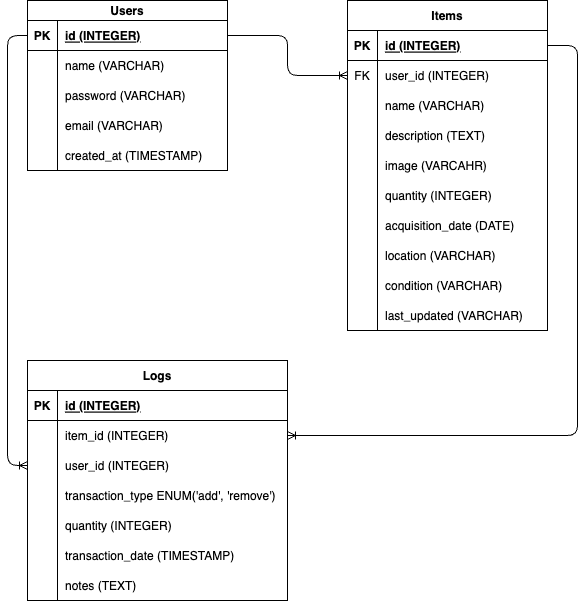
Above: table.drawio.png in HuseinHQ/inventory-app-api (draw.io), before the change. Source tidied: cells renumbered, new cells last; positions are measured from the earlier drawing's top-left corner, leaving out a move shared by most shapes.
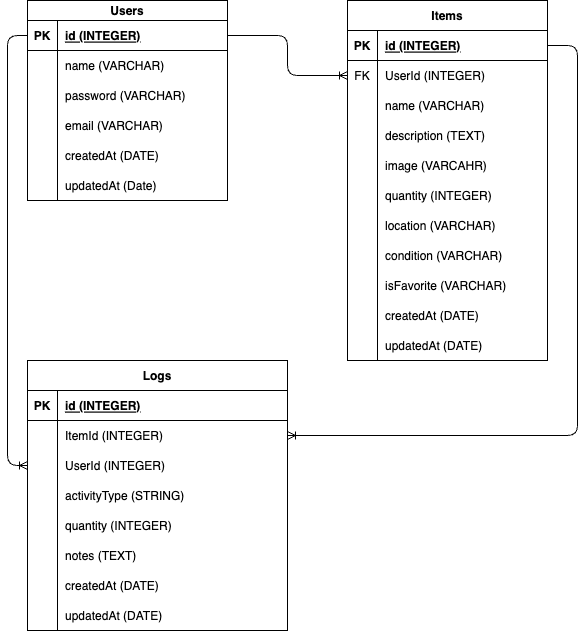
The same diagram one commit later.

Change to the diagram source:
```diff
@@ -3,7 +3,7 @@
     <mxCell id="0" />
     <mxCell id="1" parent="0" />
     <mxCell id="2" value="Users" style="shape=table;startSize=20;rowLines=0;fontStyle=1;align=center;" parent="1" vertex="1">
-      <mxGeometry x="20" width="200" height="170" as="geometry" />
+      <mxGeometry x="20" width="200" height="200" as="geometry" />
     </mxCell>
     <mxCell id="3" style="shape=tableRow;horizontal=0;startSize=0;swimlaneHead=0;swimlaneBody=0;fillColor=none;points=[[0,0.5],[1,0.5]];portConstraint=eastwest;top=0;left=0;right=0;bottom=1;" parent="2" vertex="1">
       <mxGeometry y="20" width="200" height="30" as="geometry" />
@@ -47,11 +47,20 @@
     <mxCell id="16" style="shape=partialRectangle;fillColor=none;top=0;left=0;bottom=0;right=0;overflow=hidden;" parent="15" vertex="1">
       <mxGeometry width="30" height="30" as="geometry" />
     </mxCell>
-    <mxCell id="17" value="created_at (TIMESTAMP)" style="shape=partialRectangle;fillColor=none;top=0;left=0;bottom=0;right=0;align=left;spacingLeft=6;overflow=hidden;" parent="15" vertex="1">
+    <mxCell id="17" value="createdAt (DATE)" style="shape=partialRectangle;fillColor=none;top=0;left=0;bottom=0;right=0;align=left;spacingLeft=6;overflow=hidden;" parent="15" vertex="1">
       <mxGeometry x="30" width="170" height="30" as="geometry" />
     </mxCell>
+    <mxCell id="74" style="shape=tableRow;horizontal=0;startSize=0;swimlaneHead=0;swimlaneBody=0;fillColor=none;top=0;left=0;right=0;bottom=0;" parent="2" vertex="1">
+      <mxGeometry y="170" width="200" height="30" as="geometry" />
+    </mxCell>
+    <mxCell id="75" style="shape=partialRectangle;fillColor=none;top=0;left=0;bottom=0;right=0;overflow=hidden;" parent="74" vertex="1">
+      <mxGeometry width="30" height="30" as="geometry" />
+    </mxCell>
+    <mxCell id="76" value="updatedAt (Date)" style="shape=partialRectangle;fillColor=none;top=0;left=0;bottom=0;right=0;align=left;spacingLeft=6;overflow=hidden;" parent="74" vertex="1">
+      <mxGeometry x="30" width="170" height="30" as="geometry" />
+    </mxCell>
     <mxCell id="18" value="Items" style="shape=table;startSize=30;rowLines=0;fontStyle=1;align=center;" parent="1" vertex="1">
-      <mxGeometry x="340" width="200" height="330" as="geometry" />
+      <mxGeometry x="340" width="200" height="360" as="geometry" />
     </mxCell>
     <mxCell id="19" style="shape=tableRow;horizontal=0;startSize=0;swimlaneHead=0;swimlaneBody=0;fillColor=none;points=[[0,0.5],[1,0.5]];portConstraint=eastwest;top=0;left=0;right=0;bottom=1;" parent="18" vertex="1">
       <mxGeometry y="30" width="200" height="30" as="geometry" />
@@ -68,7 +77,7 @@
     <mxCell id="23" value="FK" style="shape=partialRectangle;fillColor=none;top=0;left=0;bottom=0;right=0;overflow=hidden;" parent="22" vertex="1">
       <mxGeometry width="30" height="30" as="geometry" />
     </mxCell>
-    <mxCell id="24" value="user_id (INTEGER)" style="shape=partialRectangle;fillColor=none;top=0;left=0;bottom=0;right=0;align=left;spacingLeft=6;overflow=hidden;" parent="22" vertex="1">
+    <mxCell id="24" value="UserId (INTEGER)" style="shape=partialRectangle;fillColor=none;top=0;left=0;bottom=0;right=0;align=left;spacingLeft=6;overflow=hidden;" parent="22" vertex="1">
       <mxGeometry x="30" width="170" height="30" as="geometry" />
     </mxCell>
     <mxCell id="25" style="shape=tableRow;horizontal=0;startSize=0;swimlaneHead=0;swimlaneBody=0;fillColor=none;top=0;left=0;right=0;bottom=0;" parent="18" vertex="1">
@@ -107,17 +116,8 @@
     <mxCell id="36" value="quantity (INTEGER)" style="shape=partialRectangle;fillColor=none;top=0;left=0;bottom=0;right=0;align=left;spacingLeft=6;overflow=hidden;" parent="34" vertex="1">
       <mxGeometry x="30" width="170" height="30" as="geometry" />
     </mxCell>
-    <mxCell id="37" style="shape=tableRow;horizontal=0;startSize=0;swimlaneHead=0;swimlaneBody=0;fillColor=none;top=0;left=0;right=0;bottom=0;" parent="18" vertex="1">
-      <mxGeometry y="210" width="200" height="30" as="geometry" />
-    </mxCell>
-    <mxCell id="38" style="shape=partialRectangle;fillColor=none;top=0;left=0;bottom=0;right=0;overflow=hidden;" parent="37" vertex="1">
-      <mxGeometry width="30" height="30" as="geometry" />
-    </mxCell>
-    <mxCell id="39" value="acquisition_date (DATE)" style="shape=partialRectangle;fillColor=none;top=0;left=0;bottom=0;right=0;align=left;spacingLeft=6;overflow=hidden;" parent="37" vertex="1">
-      <mxGeometry x="30" width="170" height="30" as="geometry" />
-    </mxCell>
     <mxCell id="40" style="shape=tableRow;horizontal=0;startSize=0;swimlaneHead=0;swimlaneBody=0;fillColor=none;top=0;left=0;right=0;bottom=0;" parent="18" vertex="1">
-      <mxGeometry y="240" width="200" height="30" as="geometry" />
+      <mxGeometry y="210" width="200" height="30" as="geometry" />
     </mxCell>
     <mxCell id="41" style="shape=partialRectangle;fillColor=none;top=0;left=0;bottom=0;right=0;overflow=hidden;" parent="40" vertex="1">
       <mxGeometry width="30" height="30" as="geometry" />
@@ -126,7 +126,7 @@
       <mxGeometry x="30" width="170" height="30" as="geometry" />
     </mxCell>
     <mxCell id="43" style="shape=tableRow;horizontal=0;startSize=0;swimlaneHead=0;swimlaneBody=0;fillColor=none;top=0;left=0;right=0;bottom=0;" parent="18" vertex="1">
-      <mxGeometry y="270" width="200" height="30" as="geometry" />
+      <mxGeometry y="240" width="200" height="30" as="geometry" />
     </mxCell>
     <mxCell id="44" style="shape=partialRectangle;fillColor=none;top=0;left=0;bottom=0;right=0;overflow=hidden;" parent="43" vertex="1">
       <mxGeometry width="30" height="30" as="geometry" />
@@ -135,16 +135,34 @@
       <mxGeometry x="30" width="170" height="30" as="geometry" />
     </mxCell>
     <mxCell id="46" style="shape=tableRow;horizontal=0;startSize=0;swimlaneHead=0;swimlaneBody=0;fillColor=none;top=0;left=0;right=0;bottom=0;" parent="18" vertex="1">
-      <mxGeometry y="300" width="200" height="30" as="geometry" />
+      <mxGeometry y="270" width="200" height="30" as="geometry" />
     </mxCell>
     <mxCell id="47" style="shape=partialRectangle;fillColor=none;top=0;left=0;bottom=0;right=0;overflow=hidden;" parent="46" vertex="1">
       <mxGeometry width="30" height="30" as="geometry" />
     </mxCell>
-    <mxCell id="48" value="last_updated (VARCHAR)" style="shape=partialRectangle;fillColor=none;top=0;left=0;bottom=0;right=0;align=left;spacingLeft=6;overflow=hidden;" parent="46" vertex="1">
+    <mxCell id="48" value="isFavorite (VARCHAR)" style="shape=partialRectangle;fillColor=none;top=0;left=0;bottom=0;right=0;align=left;spacingLeft=6;overflow=hidden;" parent="46" vertex="1">
       <mxGeometry x="30" width="170" height="30" as="geometry" />
     </mxCell>
+    <mxCell id="77" style="shape=tableRow;horizontal=0;startSize=0;swimlaneHead=0;swimlaneBody=0;fillColor=none;top=0;left=0;right=0;bottom=0;" parent="18" vertex="1">
+      <mxGeometry y="300" width="200" height="30" as="geometry" />
+    </mxCell>
+    <mxCell id="78" style="shape=partialRectangle;fillColor=none;top=0;left=0;bottom=0;right=0;overflow=hidden;" parent="77" vertex="1">
+      <mxGeometry width="30" height="30" as="geometry" />
+    </mxCell>
+    <mxCell id="79" value="createdAt (DATE)" style="shape=partialRectangle;fillColor=none;top=0;left=0;bottom=0;right=0;align=left;spacingLeft=6;overflow=hidden;" parent="77" vertex="1">
+      <mxGeometry x="30" width="170" height="30" as="geometry" />
+    </mxCell>
+    <mxCell id="80" style="shape=tableRow;horizontal=0;startSize=0;swimlaneHead=0;swimlaneBody=0;fillColor=none;top=0;left=0;right=0;bottom=0;" parent="18" vertex="1">
+      <mxGeometry y="330" width="200" height="30" as="geometry" />
+    </mxCell>
+    <mxCell id="81" style="shape=partialRectangle;fillColor=none;top=0;left=0;bottom=0;right=0;overflow=hidden;" parent="80" vertex="1">
+      <mxGeometry width="30" height="30" as="geometry" />
+    </mxCell>
+    <mxCell id="82" value="updatedAt (DATE)" style="shape=partialRectangle;fillColor=none;top=0;left=0;bottom=0;right=0;align=left;spacingLeft=6;overflow=hidden;" parent="80" vertex="1">
+      <mxGeometry x="30" width="170" height="30" as="geometry" />
+    </mxCell>
     <mxCell id="49" value="Logs" style="shape=table;startSize=30;rowLines=0;fontStyle=1;align=center;" parent="1" vertex="1">
-      <mxGeometry x="20" y="360" width="260" height="240" as="geometry" />
+      <mxGeometry x="20" y="360" width="260" height="270" as="geometry" />
     </mxCell>
     <mxCell id="50" style="shape=tableRow;horizontal=0;startSize=0;swimlaneHead=0;swimlaneBody=0;fillColor=none;top=0;left=0;right=0;bottom=1;" parent="49" vertex="1">
       <mxGeometry y="30" width="260" height="30" as="geometry" />
@@ -161,7 +179,7 @@
     <mxCell id="54" style="shape=partialRectangle;fillColor=none;top=0;left=0;bottom=0;right=0;overflow=hidden;" parent="53" vertex="1">
       <mxGeometry width="30" height="30" as="geometry" />
     </mxCell>
-    <mxCell id="55" value="item_id (INTEGER)" style="shape=partialRectangle;fillColor=none;top=0;left=0;bottom=0;right=0;align=left;spacingLeft=6;overflow=hidden;" parent="53" vertex="1">
+    <mxCell id="55" value="ItemId (INTEGER)" style="shape=partialRectangle;fillColor=none;top=0;left=0;bottom=0;right=0;align=left;spacingLeft=6;overflow=hidden;" parent="53" vertex="1">
       <mxGeometry x="30" width="230" height="30" as="geometry" />
     </mxCell>
     <mxCell id="56" style="shape=tableRow;horizontal=0;startSize=0;swimlaneHead=0;swimlaneBody=0;fillColor=none;points=[[0,0.5],[1,0.5]];portConstraint=eastwest;top=0;left=0;right=0;bottom=0;" parent="49" vertex="1">
@@ -170,7 +188,7 @@
     <mxCell id="57" style="shape=partialRectangle;fillColor=none;top=0;left=0;bottom=0;right=0;overflow=hidden;" parent="56" vertex="1">
       <mxGeometry width="30" height="30" as="geometry" />
     </mxCell>
-    <mxCell id="58" value="user_id (INTEGER)" style="shape=partialRectangle;fillColor=none;top=0;left=0;bottom=0;right=0;align=left;spacingLeft=6;overflow=hidden;" parent="56" vertex="1">
+    <mxCell id="58" value="UserId (INTEGER)" style="shape=partialRectangle;fillColor=none;top=0;left=0;bottom=0;right=0;align=left;spacingLeft=6;overflow=hidden;" parent="56" vertex="1">
       <mxGeometry x="30" width="230" height="30" as="geometry" />
     </mxCell>
     <mxCell id="59" style="shape=tableRow;horizontal=0;startSize=0;swimlaneHead=0;swimlaneBody=0;fillColor=none;top=0;left=0;right=0;bottom=0;" parent="49" vertex="1">
@@ -179,7 +197,7 @@
     <mxCell id="60" style="shape=partialRectangle;fillColor=none;top=0;left=0;bottom=0;right=0;overflow=hidden;" parent="59" vertex="1">
       <mxGeometry width="30" height="30" as="geometry" />
     </mxCell>
-    <mxCell id="61" value="transaction_type ENUM('add', 'remove')" style="shape=partialRectangle;fillColor=none;top=0;left=0;bottom=0;right=0;align=left;spacingLeft=6;overflow=hidden;" parent="59" vertex="1">
+    <mxCell id="61" value="activityType (STRING)" style="shape=partialRectangle;fillColor=none;top=0;left=0;bottom=0;right=0;align=left;spacingLeft=6;overflow=hidden;" parent="59" vertex="1">
       <mxGeometry x="30" width="230" height="30" as="geometry" />
     </mxCell>
     <mxCell id="62" style="shape=tableRow;horizontal=0;startSize=0;swimlaneHead=0;swimlaneBody=0;fillColor=none;top=0;left=0;right=0;bottom=0;" parent="49" vertex="1">
@@ -191,24 +209,33 @@
     <mxCell id="64" value="quantity (INTEGER)" style="shape=partialRectangle;fillColor=none;top=0;left=0;bottom=0;right=0;align=left;spacingLeft=6;overflow=hidden;" parent="62" vertex="1">
       <mxGeometry x="30" width="230" height="30" as="geometry" />
     </mxCell>
+    <mxCell id="68" style="shape=tableRow;horizontal=0;startSize=0;swimlaneHead=0;swimlaneBody=0;fillColor=none;top=0;left=0;right=0;bottom=0;" parent="49" vertex="1">
+      <mxGeometry y="180" width="260" height="30" as="geometry" />
+    </mxCell>
+    <mxCell id="69" style="shape=partialRectangle;fillColor=none;top=0;left=0;bottom=0;right=0;overflow=hidden;" parent="68" vertex="1">
+      <mxGeometry width="30" height="30" as="geometry" />
+    </mxCell>
+    <mxCell id="70" value="notes (TEXT)" style="shape=partialRectangle;fillColor=none;top=0;left=0;bottom=0;right=0;align=left;spacingLeft=6;overflow=hidden;" parent="68" vertex="1">
+      <mxGeometry x="30" width="230" height="30" as="geometry" />
+    </mxCell>
     <mxCell id="65" style="shape=tableRow;horizontal=0;startSize=0;swimlaneHead=0;swimlaneBody=0;fillColor=none;top=0;left=0;right=0;bottom=0;" parent="49" vertex="1">
-      <mxGeometry y="180" width="260" height="30" as="geometry" />
+      <mxGeometry y="210" width="260" height="30" as="geometry" />
     </mxCell>
     <mxCell id="66" style="shape=partialRectangle;fillColor=none;top=0;left=0;bottom=0;right=0;overflow=hidden;" parent="65" vertex="1">
       <mxGeometry width="30" height="30" as="geometry" />
     </mxCell>
-    <mxCell id="67" value="transaction_date (TIMESTAMP)" style="shape=partialRectangle;fillColor=none;top=0;left=0;bottom=0;right=0;align=left;spacingLeft=6;overflow=hidden;" parent="65" vertex="1">
+    <mxCell id="67" value="createdAt (DATE)" style="shape=partialRectangle;fillColor=none;top=0;left=0;bottom=0;right=0;align=left;spacingLeft=6;overflow=hidden;" parent="65" vertex="1">
       <mxGeometry x="30" width="230" height="30" as="geometry" />
     </mxCell>
-    <mxCell id="68" style="shape=tableRow;horizontal=0;startSize=0;swimlaneHead=0;swimlaneBody=0;fillColor=none;top=0;left=0;right=0;bottom=0;" parent="49" vertex="1">
-      <mxGeometry y="210" width="260" height="30" as="geometry" />
-    </mxCell>
-    <mxCell id="69" style="shape=partialRectangle;fillColor=none;top=0;left=0;bottom=0;right=0;overflow=hidden;" parent="68" vertex="1">
-      <mxGeometry width="30" height="30" as="geometry" />
-    </mxCell>
-    <mxCell id="70" value="notes (TEXT)" style="shape=partialRectangle;fillColor=none;top=0;left=0;bottom=0;right=0;align=left;spacingLeft=6;overflow=hidden;" parent="68" vertex="1">
-      <mxGeometry x="30" width="230" height="30" as="geometry" />
-    </mxCell>
+    <mxCell id="83" style="shape=tableRow;horizontal=0;startSize=0;swimlaneHead=0;swimlaneBody=0;fillColor=none;top=0;left=0;right=0;bottom=0;" parent="49" vertex="1">
+      <mxGeometry y="240" width="260" height="30" as="geometry" />
+    </mxCell>
+    <mxCell id="84" style="shape=partialRectangle;fillColor=none;top=0;left=0;bottom=0;right=0;overflow=hidden;" parent="83" vertex="1">
+      <mxGeometry width="30" height="30" as="geometry" />
+    </mxCell>
+    <mxCell id="85" value="updatedAt (DATE)" style="shape=partialRectangle;fillColor=none;top=0;left=0;bottom=0;right=0;align=left;spacingLeft=6;overflow=hidden;" parent="83" vertex="1">
+      <mxGeometry x="30" width="230" height="30" as="geometry" />
+    </mxCell>
     <mxCell id="71" style="edgeStyle=orthogonalEdgeStyle;fontSize=12;html=1;endArrow=ERoneToMany;exitX=1;exitY=0.5;exitDx=0;exitDy=0;entryX=0;entryY=0.5;entryDx=0;entryDy=0;" parent="1" edge="1" source="3" target="22">
       <mxGeometry relative="1" as="geometry" />
     </mxCell>
```
